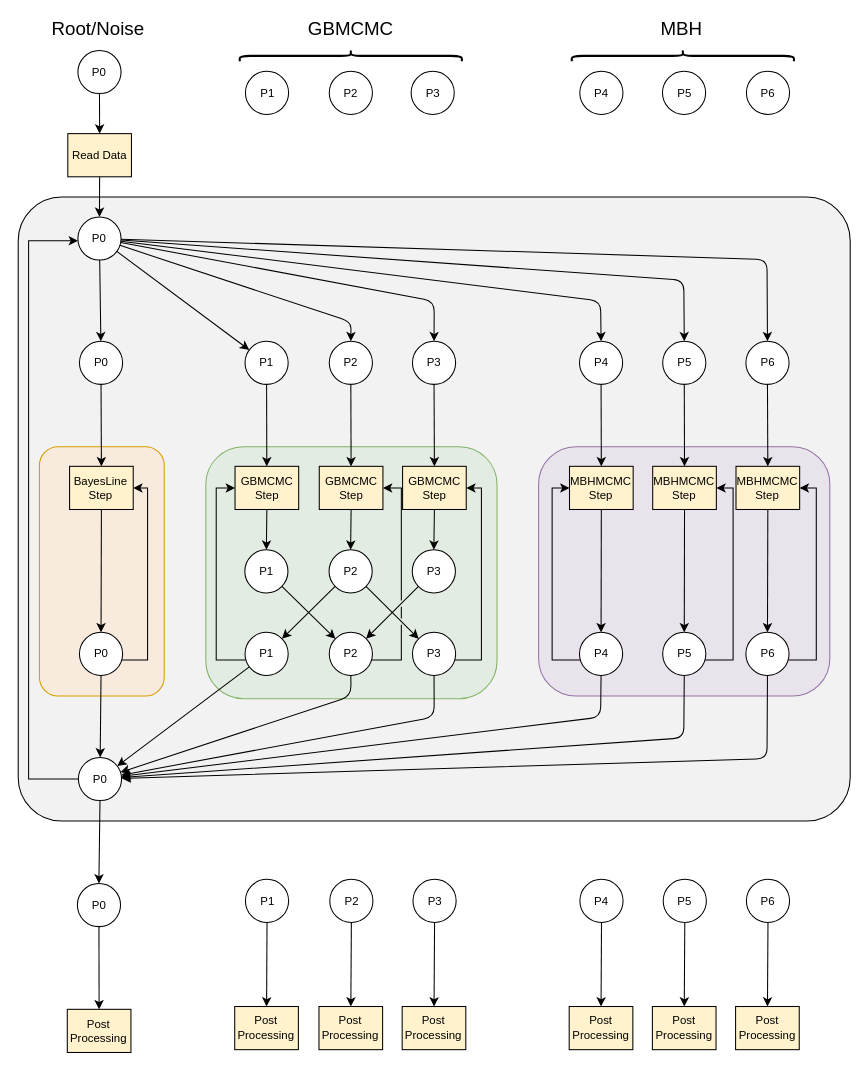
The draw.io diagram GlobalFit.drawio in tlittenberg/ldasoft, before the edit. Source tidied: cells renumbered, new cells numbered last; positions are measured from the earlier drawing's top-left corner, leaving out a move shared by most shapes. Both pictures are drawn from the tidied source at 104%, with x=0, y=0 at pixel (18, 19).
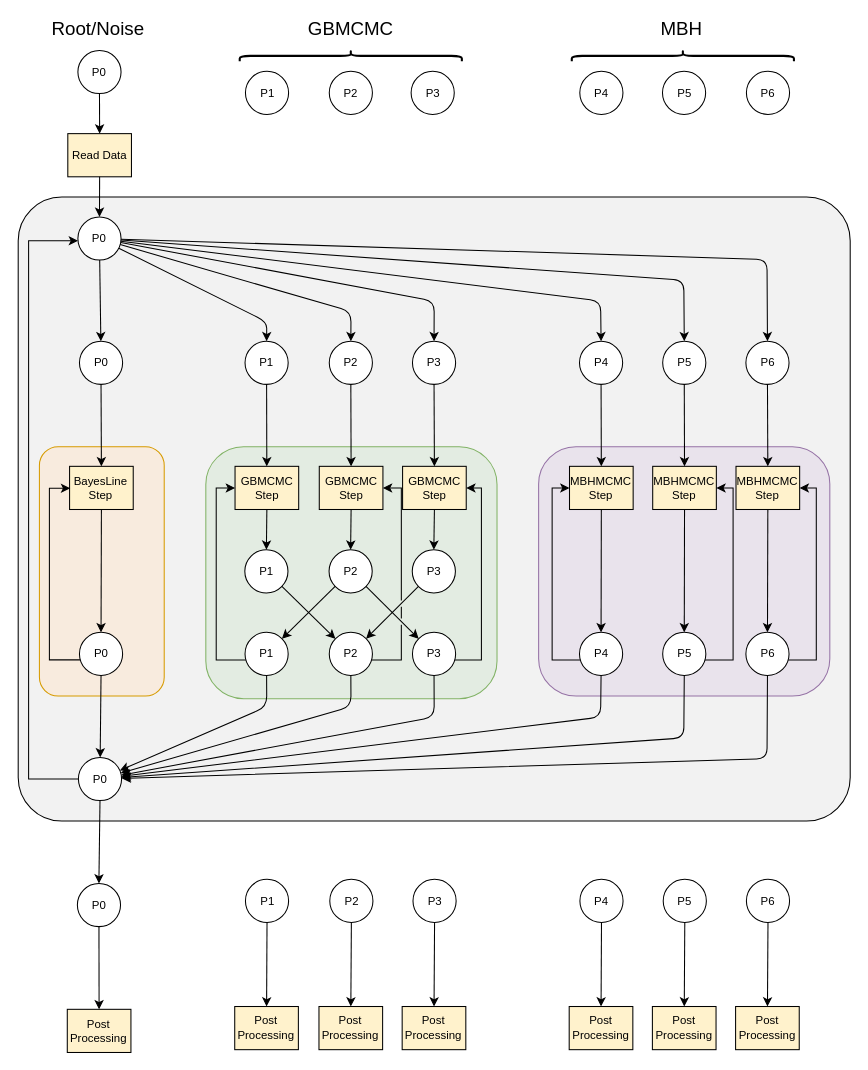
After the change.

Unchanged cells that the change refers to:
```xml
<mxCell id="5" value="P0" style="ellipse;whiteSpace=wrap;html=1;fontSize=11;" parent="1" vertex="1">
  <mxGeometry x="57.4" y="190.1" width="41.5" height="41.5" as="geometry" />
</mxCell>
<mxCell id="11" value="BayesLine Step" style="rounded=0;whiteSpace=wrap;html=1;fontSize=11;fillColor=#fff2cc;" parent="1" vertex="1">
  <mxGeometry x="49.4" y="429.9" width="61.2" height="41.5" as="geometry" />
</mxCell>
<mxCell id="22" value="P0" style="ellipse;whiteSpace=wrap;html=1;fontSize=11;" parent="1" vertex="1">
  <mxGeometry x="58.9" y="589.5" width="41.5" height="41.5" as="geometry" />
</mxCell>
<mxCell id="23" value="P0" style="ellipse;whiteSpace=wrap;html=1;fontSize=11;" parent="1" vertex="1">
  <mxGeometry x="57.9" y="709.8" width="41.5" height="41.5" as="geometry" />
</mxCell>
<mxCell id="56" value="P1" style="ellipse;whiteSpace=wrap;html=1;fontSize=11;" parent="1" vertex="1">
  <mxGeometry x="218.1" y="309.6" width="41.5" height="41.5" as="geometry" />
</mxCell>
<mxCell id="57" value="P2" style="ellipse;whiteSpace=wrap;html=1;fontSize=11;" parent="1" vertex="1">
  <mxGeometry x="299.1" y="309.6" width="41.5" height="41.5" as="geometry" />
</mxCell>
<mxCell id="78" value="P2" style="ellipse;whiteSpace=wrap;html=1;fontSize=11;" parent="1" vertex="1">
  <mxGeometry x="299.1" y="589.5" width="41.5" height="41.5" as="geometry" />
</mxCell>
<mxCell id="80" value="P1" style="ellipse;whiteSpace=wrap;html=1;fontSize=11;" parent="1" vertex="1">
  <mxGeometry x="218.1" y="589.5" width="41.5" height="41.5" as="geometry" />
</mxCell>
```

Diff of the diagram source:
```diff
@@
     <mxCell id="7" style="endArrow=classic;html=1;fontSize=11;" parent="1" edge="1" source="5" target="56">
-      <mxGeometry x="-1110" y="-1021" as="geometry" />
+      <mxGeometry x="-1110" y="-1021" as="geometry">
+        <Array as="points">
+          <mxPoint x="239" y="291" />
+        </Array>
+      </mxGeometry>
     </mxCell>
     <mxCell id="8" style="endArrow=classic;html=1;fontSize=11;" parent="1" edge="1" source="5" target="57">
       <mxGeometry x="-1110" y="-1021" as="geometry">
         <Array as="points">
-          <mxPoint x="320" y="291" />
+          <mxPoint x="320" y="281" />
         </Array>
       </mxGeometry>
     </mxCell>
@@
-    <mxCell id="21" style="edgeStyle=orthogonalEdgeStyle;rounded=0;jumpStyle=gap;jettySize=auto;html=1;entryX=1;entryY=0.5;entryDx=0;entryDy=0;fontSize=11;" parent="1" edge="1" source="22" target="11">
+    <mxCell id="21" style="edgeStyle=orthogonalEdgeStyle;rounded=0;jumpStyle=gap;jettySize=auto;html=1;fontSize=11;" parent="1" edge="1" source="22">
       <mxGeometry x="-1155.7" y="-1035.5" as="geometry">
+        <mxPoint x="50" y="451" as="targetPoint" />
         <Array as="points">
-          <mxPoint x="124.4" y="616.1" />
-          <mxPoint x="124.4" y="451.1" />
-          <mxPoint x="110.4" y="451.1" />
+          <mxPoint x="30" y="616" />
+          <mxPoint x="30" y="451" />
         </Array>
       </mxGeometry>
     </mxCell>
@@
     <mxCell id="81" style="endArrow=classic;html=1;fontSize=11;jumpStyle=gap;" parent="1" edge="1" source="80" target="23">
-      <mxGeometry x="-1109.4" y="-1149.4" as="geometry" />
+      <mxGeometry x="-1109.4" y="-1149.4" as="geometry">
+        <Array as="points">
+          <mxPoint x="239" y="661" />
+        </Array>
+      </mxGeometry>
     </mxCell>
     <mxCell id="82" style="endArrow=classic;html=1;fontSize=11;jumpStyle=gap;" parent="1" edge="1" source="78" target="23">
       <mxGeometry x="-1109.4" y="-1149.4" as="geometry">
         <Array as="points">
-          <mxPoint x="320" y="651" />
+          <mxPoint x="320" y="661" />
         </Array>
       </mxGeometry>
     </mxCell>
```
